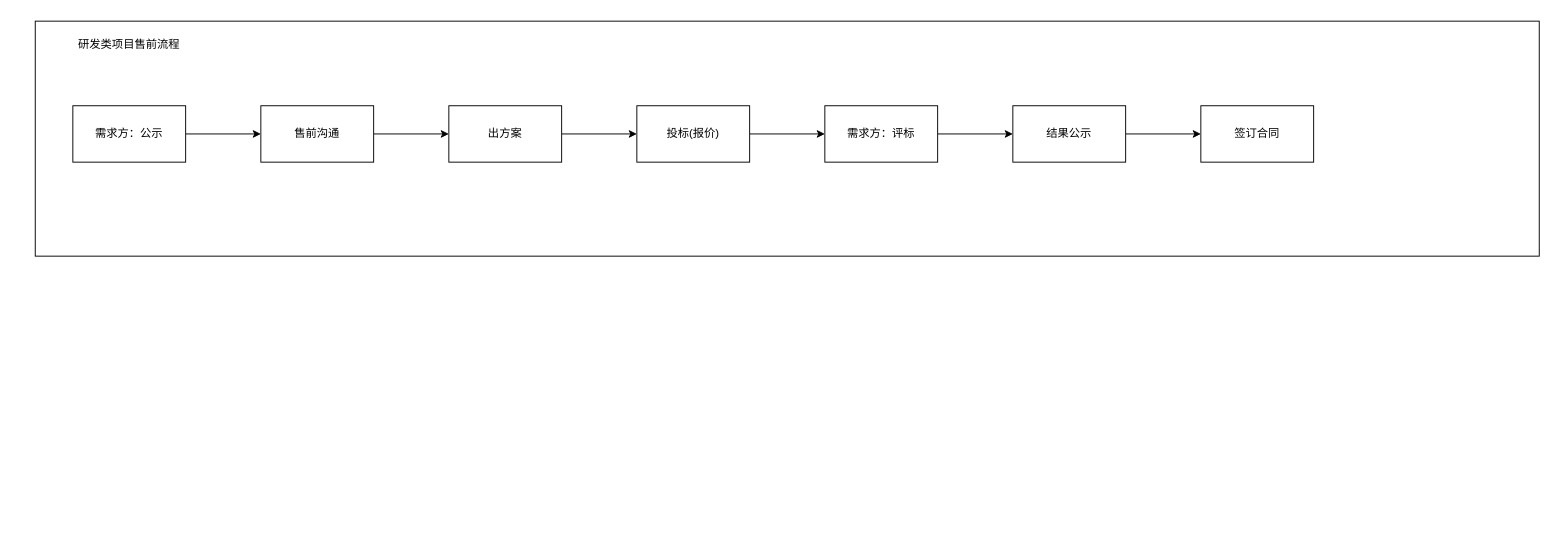
Above: 软件开发流程.drawio.xml in FirudoKagaya/SeedCracker (draw.io), before the change. Source tidied: cells renumbered, new cells numbered last; positions are measured from the earlier drawing's top-left corner, leaving out a move shared by most shapes. Both pictures are drawn from the tidied source at 94%, with x=0, y=0 at pixel (35, 21).
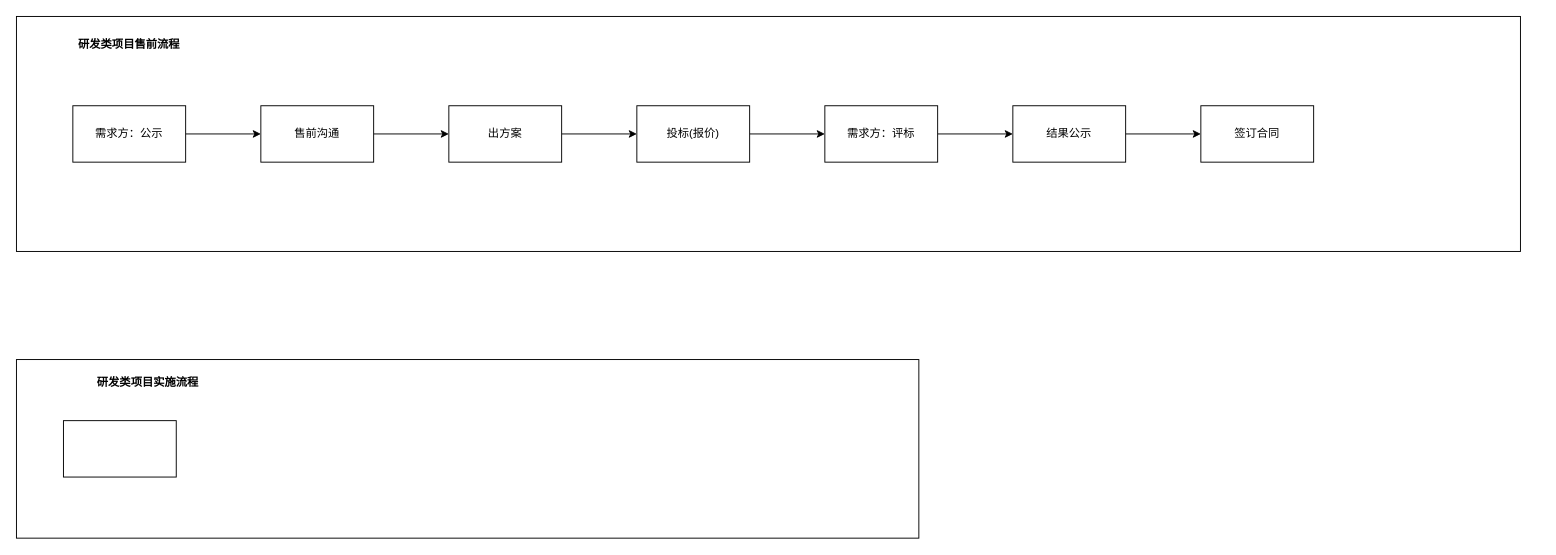
After the change.

Commit message (it also covers changes not shown here):
更新软件开发流程.drawio.xml

Diff of the diagram source:
```diff
@@
 <mxGraphModel>
   <root>
     <mxCell id="0" />
     <mxCell id="1" parent="0" />
     <mxCell id="2" style="rounded=0;whiteSpace=wrap;html=1;" parent="1" vertex="1">
-      <mxGeometry width="1600" height="250" as="geometry" />
+      <mxGeometry x="-20" y="-5" width="1600" height="250" as="geometry" />
     </mxCell>
-    <mxCell id="3" value="研发类项目售前流程" style="text;html=1;strokeColor=none;fillColor=none;align=center;verticalAlign=middle;whiteSpace=wrap;rounded=0;" parent="1" vertex="1">
+    <mxCell id="3" value="研发类项目售前流程" style="text;html=1;strokeColor=none;fillColor=none;align=center;verticalAlign=middle;whiteSpace=wrap;rounded=0;fontStyle=1;" parent="1" vertex="1">
       <mxGeometry x="20" y="10" width="160" height="30" as="geometry" />
     </mxCell>
     <mxCell id="4" style="edgeStyle=orthogonalEdgeStyle;rounded=0;jettySize=auto;html=1;" parent="1" edge="1" source="5" target="7">
       <mxGeometry relative="1" as="geometry" />
     </mxCell>
     <mxCell id="5" value="需求方：公示" style="rounded=0;whiteSpace=wrap;html=1;" parent="1" vertex="1">
       <mxGeometry x="40" y="90" width="120" height="60" as="geometry" />
     </mxCell>
     <mxCell id="6" style="edgeStyle=orthogonalEdgeStyle;rounded=0;jettySize=auto;html=1;" parent="1" edge="1" source="7" target="9">
       <mxGeometry relative="1" as="geometry" />
     </mxCell>
     <mxCell id="7" value="售前沟通" style="rounded=0;whiteSpace=wrap;html=1;fontStyle=0;" parent="1" vertex="1">
       <mxGeometry x="240" y="90" width="120" height="60" as="geometry" />
     </mxCell>
     <mxCell id="8" style="edgeStyle=orthogonalEdgeStyle;rounded=0;jettySize=auto;html=1;" parent="1" edge="1" source="9" target="11">
       <mxGeometry relative="1" as="geometry" />
     </mxCell>
     <mxCell id="9" value="出方案" style="whiteSpace=wrap;html=1;rounded=0;fontStyle=0;" parent="1" vertex="1">
       <mxGeometry x="440" y="90" width="120" height="60" as="geometry" />
     </mxCell>
     <mxCell id="10" style="edgeStyle=orthogonalEdgeStyle;rounded=0;jettySize=auto;html=1;" parent="1" edge="1" source="11" target="13">
       <mxGeometry relative="1" as="geometry" />
     </mxCell>
     <mxCell id="11" value="投标(报价)" style="whiteSpace=wrap;html=1;rounded=0;fontStyle=0;" parent="1" vertex="1">
       <mxGeometry x="640" y="90" width="120" height="60" as="geometry" />
     </mxCell>
     <mxCell id="12" style="edgeStyle=orthogonalEdgeStyle;rounded=0;jettySize=auto;html=1;" parent="1" edge="1" source="13" target="15">
       <mxGeometry relative="1" as="geometry" />
     </mxCell>
     <mxCell id="13" value="需求方：评标" style="whiteSpace=wrap;html=1;rounded=0;fontStyle=0;" parent="1" vertex="1">
       <mxGeometry x="840" y="90" width="120" height="60" as="geometry" />
     </mxCell>
     <mxCell id="14" style="edgeStyle=orthogonalEdgeStyle;rounded=0;jettySize=auto;html=1;" parent="1" edge="1" source="15" target="16">
       <mxGeometry relative="1" as="geometry" />
     </mxCell>
     <mxCell id="15" value="结果公示" style="whiteSpace=wrap;html=1;rounded=0;fontStyle=0;" parent="1" vertex="1">
       <mxGeometry x="1040" y="90" width="120" height="60" as="geometry" />
     </mxCell>
     <mxCell id="16" value="签订合同" style="whiteSpace=wrap;html=1;rounded=0;fontStyle=0;" parent="1" vertex="1">
       <mxGeometry x="1240" y="90" width="120" height="60" as="geometry" />
     </mxCell>
+    <mxCell id="17" style="rounded=0;whiteSpace=wrap;html=1;" parent="1" vertex="1">
+      <mxGeometry x="-20" y="360" width="960" height="190" as="geometry" />
+    </mxCell>
+    <mxCell id="18" value="研发类项目实施流程" style="text;html=1;strokeColor=none;fillColor=none;align=center;verticalAlign=middle;whiteSpace=wrap;rounded=0;fontStyle=1;" parent="1" vertex="1">
+      <mxGeometry x="10" y="370" width="220" height="30" as="geometry" />
+    </mxCell>
+    <mxCell id="19" style="rounded=0;whiteSpace=wrap;html=1;" parent="1" vertex="1">
+      <mxGeometry x="30" y="425" width="120" height="60" as="geometry" />
+    </mxCell>
   </root>
 </mxGraphModel>
```
